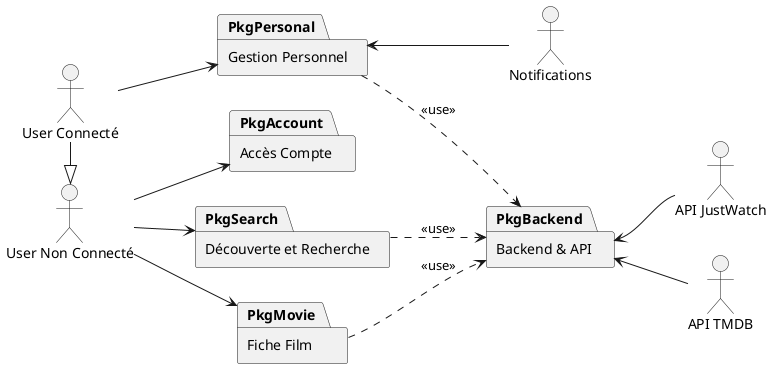
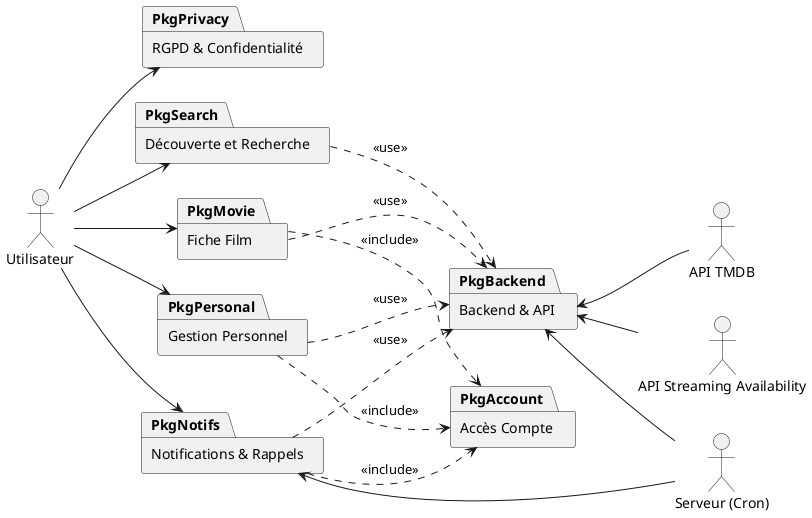
@startuml
left to right direction
+ skinparam packageStyle rectangle

- actor "User Non Connecté" as Guest
- actor "User Connecté" as User
- actor "Notifications" as Notif
- actor "API JustWatch" as JustWatch
+ actor "Utilisateur" as User
+ actor "API Streaming Availability" as SA
actor "API TMDB" as TMDB
+ actor "Serveur (Cron)" as Cron

- User -|> Guest
+ 

package "Accès Compte" as PkgAccount
+ 
+ package "RGPD & Confidentialité" as PkgPrivacy
package "Découverte et Recherche" as PkgSearch
package "Fiche Film" as PkgMovie
package "Gestion Personnel" as PkgPersonal
+ package "Notifications & Rappels" as PkgNotifs
+ 
package "Backend & API" as PkgBackend

- Guest --> PkgAccount
- Guest --> PkgSearch
- Guest --> PkgMovie
+ User --> PkgPrivacy
+ User --> PkgSearch
+ User --> PkgMovie
+ User --> PkgPersonal
+ User --> PkgNotifs

- User --> PkgPersonal
+ PkgMovie ..> PkgAccount : <<include>>
+ PkgPersonal ..> PkgAccount : <<include>>
+ PkgNotifs ..> PkgAccount : <<include>>

- PkgPersonal ..> PkgBackend : <<use>>
PkgSearch ..> PkgBackend : <<use>>
PkgMovie ..> PkgBackend : <<use>>
+ PkgPersonal ..> PkgBackend : <<use>>
+ PkgNotifs ..> PkgBackend : <<use>>

- PkgPersonal <-- Notif
- PkgBackend <-- JustWatch
+ PkgBackend <-- SA
PkgBackend <-- TMDB
- 
+ PkgBackend <-- Cron
+ PkgNotifs <-- Cron
@enduml
